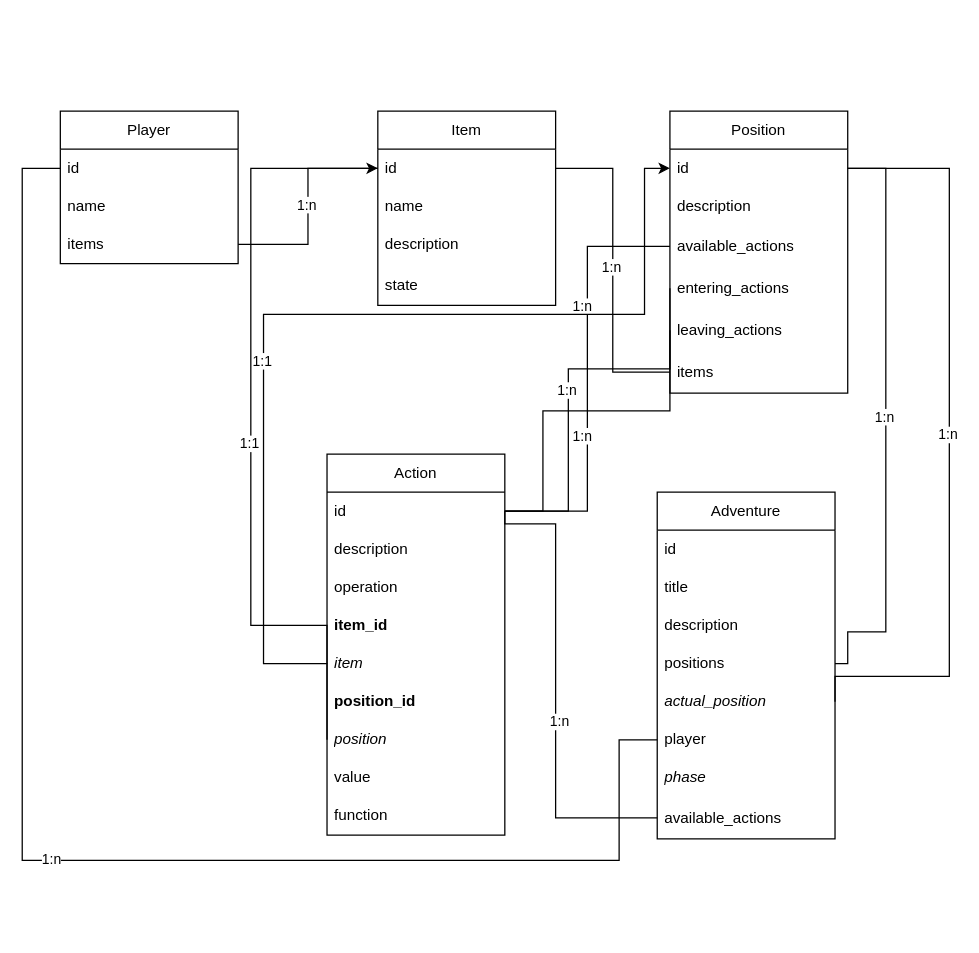
The draw.io diagram page "domain" (1 of 2) of docs/adventure_engine.drawio in iviczl/adventure, before the edit. Source tidied: cells renumbered, new cells numbered last; positions are measured from the earlier drawing's top-left corner, leaving out a move shared by most shapes. Both pictures are drawn from the tidied source at 127%, with x=0, y=0 at pixel (22, 110).
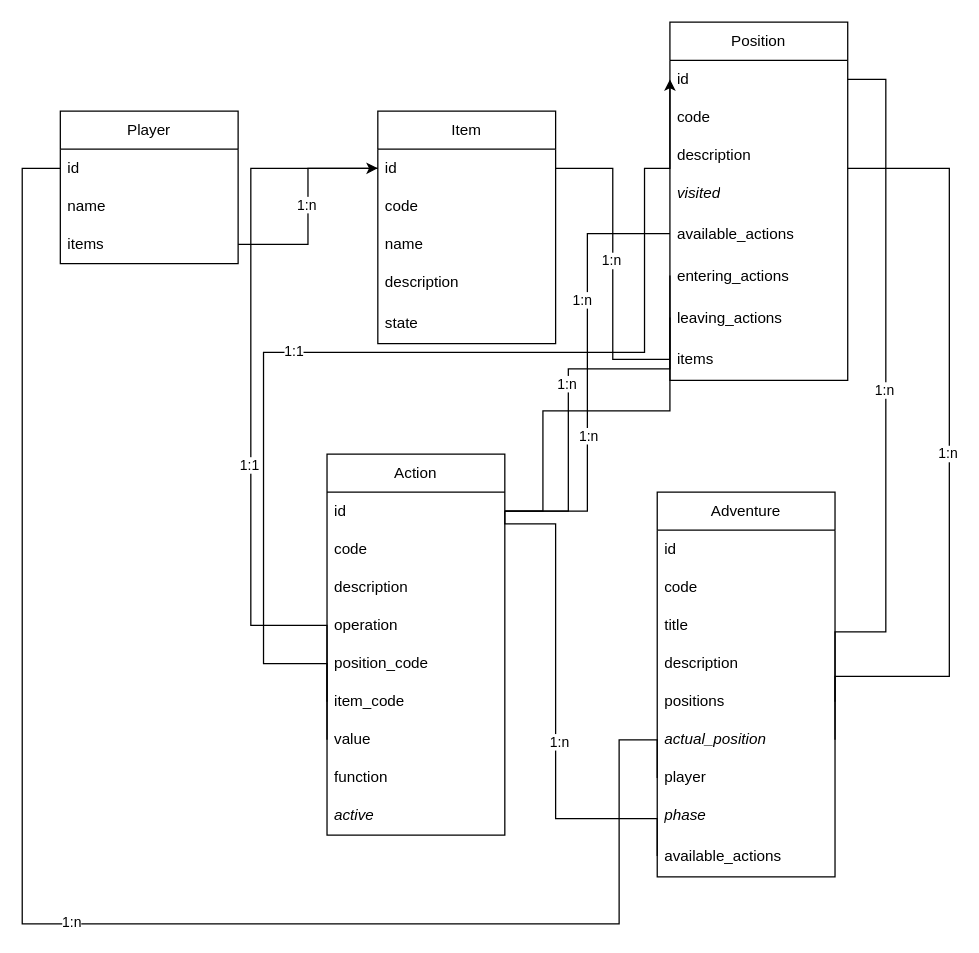
After the change.

The change refers to these unchanged cells:
```xml
<mxCell id="3" value="id" style="text;strokeColor=none;fillColor=none;align=left;verticalAlign=middle;spacingLeft=4;spacingRight=4;overflow=hidden;points=[[0,0.5],[1,0.5]];portConstraint=eastwest;whiteSpace=wrap;html=1;" parent="2" vertex="1">
  <mxGeometry y="30" width="140" height="30" as="geometry" />
</mxCell>
<mxCell id="7" value="id" style="text;strokeColor=none;fillColor=none;align=left;verticalAlign=middle;spacingLeft=4;spacingRight=4;overflow=hidden;points=[[0,0.5],[1,0.5]];portConstraint=eastwest;whiteSpace=wrap;html=1;" parent="6" vertex="1">
  <mxGeometry y="30" width="140" height="30" as="geometry" />
</mxCell>
<mxCell id="14" value="id" style="text;strokeColor=none;fillColor=none;align=left;verticalAlign=middle;spacingLeft=4;spacingRight=4;overflow=hidden;points=[[0,0.5],[1,0.5]];portConstraint=eastwest;whiteSpace=wrap;html=1;" parent="13" vertex="1">
  <mxGeometry y="30" width="140" height="30" as="geometry" />
</mxCell>
<mxCell id="22" value="Action" style="swimlane;fontStyle=0;horizontal=1;startSize=30;whiteSpace=wrap;html=1;" parent="1" vertex="1">
  <mxGeometry x="240" y="270" width="140" height="300" as="geometry" />
</mxCell>
```

Diff of the diagram source:
```diff
@@
     <mxCell id="6" value="Item" style="swimlane;fontStyle=0;horizontal=1;startSize=30;whiteSpace=wrap;html=1;" parent="1" vertex="1">
-      <mxGeometry x="280" width="140" height="153" as="geometry" />
+      <mxGeometry x="280" width="140" height="183" as="geometry" />
     </mxCell>
@@
+    <mxCell id="59" value="code" style="text;strokeColor=none;fillColor=none;align=left;verticalAlign=middle;spacingLeft=4;spacingRight=4;overflow=hidden;whiteSpace=wrap;html=1;" parent="6" vertex="1">
+      <mxGeometry y="60" width="140" height="30" as="geometry" />
+    </mxCell>
     <mxCell id="8" value="name" style="text;strokeColor=none;fillColor=none;align=left;verticalAlign=middle;spacingLeft=4;spacingRight=4;overflow=hidden;whiteSpace=wrap;html=1;" parent="6" vertex="1">
-      <mxGeometry y="60" width="140" height="30" as="geometry" />
+      <mxGeometry y="90" width="140" height="30" as="geometry" />
     </mxCell>
     <mxCell id="9" value="description" style="text;strokeColor=none;fillColor=none;align=left;verticalAlign=middle;spacingLeft=4;spacingRight=4;overflow=hidden;whiteSpace=wrap;html=1;" parent="6" vertex="1">
-      <mxGeometry y="90" width="140" height="30" as="geometry" />
+      <mxGeometry y="120" width="140" height="30" as="geometry" />
     </mxCell>
     <mxCell id="10" value="state" style="text;strokeColor=none;fillColor=none;align=left;verticalAlign=middle;spacingLeft=4;spacingRight=4;overflow=hidden;whiteSpace=wrap;html=1;" parent="6" vertex="1">
-      <mxGeometry y="120" width="140" height="33" as="geometry" />
+      <mxGeometry y="150" width="140" height="33" as="geometry" />
     </mxCell>
@@
     <mxCell id="13" value="Position" style="swimlane;fontStyle=0;horizontal=1;startSize=30;whiteSpace=wrap;html=1;" parent="1" vertex="1">
-      <mxGeometry x="510" width="140" height="222" as="geometry" />
+      <mxGeometry x="510" y="-70" width="140" height="282" as="geometry" />
     </mxCell>
@@
+    <mxCell id="60" value="code" style="text;strokeColor=none;fillColor=none;align=left;verticalAlign=middle;spacingLeft=4;spacingRight=4;overflow=hidden;whiteSpace=wrap;html=1;" parent="13" vertex="1">
+      <mxGeometry y="60" width="140" height="30" as="geometry" />
+    </mxCell>
     <mxCell id="15" value="description" style="text;strokeColor=none;fillColor=none;align=left;verticalAlign=middle;spacingLeft=4;spacingRight=4;overflow=hidden;whiteSpace=wrap;html=1;" parent="13" vertex="1">
-      <mxGeometry y="60" width="140" height="30" as="geometry" />
+      <mxGeometry y="90" width="140" height="30" as="geometry" />
     </mxCell>
+    <mxCell id="61" value="visited" style="text;strokeColor=none;fillColor=none;align=left;verticalAlign=middle;spacingLeft=4;spacingRight=4;overflow=hidden;whiteSpace=wrap;html=1;fontStyle=2;" parent="13" vertex="1">
+      <mxGeometry y="120" width="140" height="30" as="geometry" />
+    </mxCell>
     <mxCell id="16" value="&lt;div style=&quot;background-color: rgb(255, 255, 255); line-height: 19px;&quot;&gt;&lt;div style=&quot;line-height: 19px;&quot;&gt;&lt;font face=&quot;Helvetica&quot;&gt;available_actions&lt;/font&gt;&lt;/div&gt;&lt;/div&gt;" style="text;strokeColor=none;fillColor=none;align=left;verticalAlign=middle;spacingLeft=4;spacingRight=4;overflow=hidden;points=[[0,0.5],[1,0.5]];portConstraint=eastwest;whiteSpace=wrap;html=1;" parent="13" vertex="1">
-      <mxGeometry y="90" width="140" height="33" as="geometry" />
+      <mxGeometry y="150" width="140" height="33" as="geometry" />
     </mxCell>
     <mxCell id="17" value="&lt;div style=&quot;background-color: rgb(255, 255, 255); line-height: 19px;&quot;&gt;&lt;div style=&quot;line-height: 19px;&quot;&gt;&lt;font face=&quot;Helvetica&quot;&gt;entering_actions&lt;/font&gt;&lt;/div&gt;&lt;/div&gt;" style="text;strokeColor=none;fillColor=none;align=left;verticalAlign=middle;spacingLeft=4;spacingRight=4;overflow=hidden;points=[[0,0.5],[1,0.5]];portConstraint=eastwest;whiteSpace=wrap;html=1;" parent="13" vertex="1">
-      <mxGeometry y="123" width="140" height="33" as="geometry" />
+      <mxGeometry y="183" width="140" height="33" as="geometry" />
     </mxCell>
     <mxCell id="18" value="&lt;div style=&quot;background-color: rgb(255, 255, 255); line-height: 19px;&quot;&gt;&lt;div style=&quot;line-height: 19px;&quot;&gt;&lt;font face=&quot;Helvetica&quot;&gt;leaving_actions&lt;/font&gt;&lt;/div&gt;&lt;/div&gt;" style="text;strokeColor=none;fillColor=none;align=left;verticalAlign=middle;spacingLeft=4;spacingRight=4;overflow=hidden;points=[[0,0.5],[1,0.5]];portConstraint=eastwest;whiteSpace=wrap;html=1;" parent="13" vertex="1">
-      <mxGeometry y="156" width="140" height="33" as="geometry" />
+      <mxGeometry y="216" width="140" height="33" as="geometry" />
     </mxCell>
     <mxCell id="19" value="&lt;div style=&quot;background-color: rgb(255, 255, 255); line-height: 19px;&quot;&gt;&lt;div style=&quot;line-height: 19px;&quot;&gt;&lt;font face=&quot;Helvetica&quot;&gt;items&lt;/font&gt;&lt;/div&gt;&lt;/div&gt;" style="text;strokeColor=none;fillColor=none;align=left;verticalAlign=middle;spacingLeft=4;spacingRight=4;overflow=hidden;points=[[0,0.5],[1,0.5]];portConstraint=eastwest;whiteSpace=wrap;html=1;" parent="13" vertex="1">
-      <mxGeometry y="189" width="140" height="33" as="geometry" />
+      <mxGeometry y="249" width="140" height="33" as="geometry" />
     </mxCell>
@@
+    <mxCell id="62" value="code" style="text;strokeColor=none;fillColor=none;align=left;verticalAlign=middle;spacingLeft=4;spacingRight=4;overflow=hidden;whiteSpace=wrap;html=1;" parent="22" vertex="1">
+      <mxGeometry y="60" width="140" height="30" as="geometry" />
+    </mxCell>
     <mxCell id="24" value="description" style="text;strokeColor=none;fillColor=none;align=left;verticalAlign=middle;spacingLeft=4;spacingRight=4;overflow=hidden;whiteSpace=wrap;html=1;" parent="22" vertex="1">
-      <mxGeometry y="60" width="140" height="30" as="geometry" />
+      <mxGeometry y="90" width="140" height="30" as="geometry" />
     </mxCell>
     <mxCell id="25" value="operation" style="text;strokeColor=none;fillColor=none;align=left;verticalAlign=middle;spacingLeft=4;spacingRight=4;overflow=hidden;whiteSpace=wrap;html=1;" parent="22" vertex="1">
-      <mxGeometry y="90" width="140" height="30" as="geometry" />
+      <mxGeometry y="120" width="140" height="30" as="geometry" />
     </mxCell>
+    <mxCell id="28" value="position_code" style="text;strokeColor=none;fillColor=none;align=left;verticalAlign=middle;spacingLeft=4;spacingRight=4;overflow=hidden;whiteSpace=wrap;html=1;fontStyle=0;" parent="22" vertex="1">
+      <mxGeometry y="150" width="140" height="30" as="geometry" />
+    </mxCell>
-    <mxCell id="26" value="item_id" style="text;strokeColor=none;fillColor=none;align=left;verticalAlign=middle;spacingLeft=4;spacingRight=4;overflow=hidden;whiteSpace=wrap;html=1;fontStyle=1;" parent="22" vertex="1">
-      <mxGeometry y="120" width="140" height="30" as="geometry" />
+    <mxCell id="26" value="item_code" style="text;strokeColor=none;fillColor=none;align=left;verticalAlign=middle;spacingLeft=4;spacingRight=4;overflow=hidden;whiteSpace=wrap;html=1;fontStyle=0;" parent="22" vertex="1">
+      <mxGeometry y="180" width="140" height="30" as="geometry" />
     </mxCell>
-    <mxCell id="27" value="item" style="text;strokeColor=none;fillColor=none;align=left;verticalAlign=middle;spacingLeft=4;spacingRight=4;overflow=hidden;points=[[0,0.5],[1,0.5]];portConstraint=eastwest;whiteSpace=wrap;html=1;fontStyle=2;" parent="22" vertex="1">
-      <mxGeometry y="150" width="140" height="30" as="geometry" />
-    </mxCell>
-    <mxCell id="28" value="position_id" style="text;strokeColor=none;fillColor=none;align=left;verticalAlign=middle;spacingLeft=4;spacingRight=4;overflow=hidden;whiteSpace=wrap;html=1;fontStyle=1;" parent="22" vertex="1">
-      <mxGeometry y="180" width="140" height="30" as="geometry" />
-    </mxCell>
-    <mxCell id="29" value="position" style="text;strokeColor=none;fillColor=none;align=left;verticalAlign=middle;spacingLeft=4;spacingRight=4;overflow=hidden;points=[[0,0.5],[1,0.5]];portConstraint=eastwest;whiteSpace=wrap;html=1;fontStyle=2;" parent="22" vertex="1">
-      <mxGeometry y="210" width="140" height="30" as="geometry" />
-    </mxCell>
     <mxCell id="30" value="value" style="text;strokeColor=none;fillColor=none;align=left;verticalAlign=middle;spacingLeft=4;spacingRight=4;overflow=hidden;whiteSpace=wrap;html=1;" parent="22" vertex="1">
-      <mxGeometry y="240" width="140" height="30" as="geometry" />
+      <mxGeometry y="210" width="140" height="30" as="geometry" />
     </mxCell>
     <mxCell id="31" value="function" style="text;strokeColor=none;fillColor=none;align=left;verticalAlign=middle;spacingLeft=4;spacingRight=4;overflow=hidden;whiteSpace=wrap;html=1;" parent="22" vertex="1">
-      <mxGeometry y="270" width="140" height="30" as="geometry" />
+      <mxGeometry y="240" width="140" height="30" as="geometry" />
     </mxCell>
+    <mxCell id="63" value="active" style="text;strokeColor=none;fillColor=none;align=left;verticalAlign=middle;spacingLeft=4;spacingRight=4;overflow=hidden;whiteSpace=wrap;html=1;fontStyle=2;" parent="22" vertex="1">
+      <mxGeometry y="270" width="140" height="30" as="geometry" />
+    </mxCell>
     <mxCell id="32" value="Adventure" style="swimlane;fontStyle=0;horizontal=1;startSize=30;whiteSpace=wrap;html=1;" parent="1" vertex="1">
-      <mxGeometry x="500" y="300" width="140" height="273" as="geometry" />
+      <mxGeometry x="500" y="300" width="140" height="303" as="geometry" />
     </mxCell>
@@
+    <mxCell id="64" value="code" style="text;strokeColor=none;fillColor=none;align=left;verticalAlign=middle;spacingLeft=4;spacingRight=4;overflow=hidden;whiteSpace=wrap;html=1;" parent="32" vertex="1">
+      <mxGeometry y="60" width="140" height="30" as="geometry" />
+    </mxCell>
     <mxCell id="34" value="title" style="text;strokeColor=none;fillColor=none;align=left;verticalAlign=middle;spacingLeft=4;spacingRight=4;overflow=hidden;whiteSpace=wrap;html=1;" parent="32" vertex="1">
-      <mxGeometry y="60" width="140" height="30" as="geometry" />
+      <mxGeometry y="90" width="140" height="30" as="geometry" />
     </mxCell>
     <mxCell id="35" value="description" style="text;strokeColor=none;fillColor=none;align=left;verticalAlign=middle;spacingLeft=4;spacingRight=4;overflow=hidden;whiteSpace=wrap;html=1;" parent="32" vertex="1">
-      <mxGeometry y="90" width="140" height="30" as="geometry" />
+      <mxGeometry y="120" width="140" height="30" as="geometry" />
     </mxCell>
     <mxCell id="36" value="positions" style="text;strokeColor=none;fillColor=none;align=left;verticalAlign=middle;spacingLeft=4;spacingRight=4;overflow=hidden;points=[[0,0.5],[1,0.5]];portConstraint=eastwest;whiteSpace=wrap;html=1;" parent="32" vertex="1">
-      <mxGeometry y="120" width="140" height="30" as="geometry" />
+      <mxGeometry y="150" width="140" height="30" as="geometry" />
     </mxCell>
     <mxCell id="37" value="actual_position" style="text;strokeColor=none;fillColor=none;align=left;verticalAlign=middle;spacingLeft=4;spacingRight=4;overflow=hidden;points=[[0,0.5],[1,0.5]];portConstraint=eastwest;whiteSpace=wrap;html=1;fontStyle=2;" parent="32" vertex="1">
-      <mxGeometry y="150" width="140" height="30" as="geometry" />
+      <mxGeometry y="180" width="140" height="30" as="geometry" />
     </mxCell>
     <mxCell id="38" value="player" style="text;strokeColor=none;fillColor=none;align=left;verticalAlign=middle;spacingLeft=4;spacingRight=4;overflow=hidden;points=[[0,0.5],[1,0.5]];portConstraint=eastwest;whiteSpace=wrap;html=1;" parent="32" vertex="1">
-      <mxGeometry y="180" width="140" height="30" as="geometry" />
+      <mxGeometry y="210" width="140" height="30" as="geometry" />
     </mxCell>
     <mxCell id="39" value="phase" style="text;strokeColor=none;fillColor=none;align=left;verticalAlign=middle;spacingLeft=4;spacingRight=4;overflow=hidden;whiteSpace=wrap;html=1;fontStyle=2;" parent="32" vertex="1">
-      <mxGeometry y="210" width="140" height="30" as="geometry" />
+      <mxGeometry y="240" width="140" height="30" as="geometry" />
     </mxCell>
     <mxCell id="40" value="&lt;div style=&quot;background-color: rgb(255, 255, 255); line-height: 19px;&quot;&gt;&lt;div style=&quot;line-height: 19px;&quot;&gt;&lt;font face=&quot;Helvetica&quot;&gt;available_actions&lt;/font&gt;&lt;/div&gt;&lt;/div&gt;" style="text;strokeColor=none;fillColor=none;align=left;verticalAlign=middle;spacingLeft=4;spacingRight=4;overflow=hidden;points=[[0,0.5],[1,0.5]];portConstraint=eastwest;whiteSpace=wrap;html=1;" parent="32" vertex="1">
-      <mxGeometry y="240" width="140" height="33" as="geometry" />
+      <mxGeometry y="270" width="140" height="33" as="geometry" />
     </mxCell>
@@
-    <mxCell id="49" style="edgeStyle=orthogonalEdgeStyle;rounded=0;jettySize=auto;html=1;entryX=0;entryY=0.5;entryDx=0;entryDy=0;exitX=0;exitY=0.5;exitDx=0;exitDy=0;" parent="1" edge="1" source="27" target="7">
+    <mxCell id="49" style="edgeStyle=orthogonalEdgeStyle;rounded=0;jettySize=auto;html=1;entryX=0;entryY=0.5;entryDx=0;entryDy=0;exitX=0;exitY=0.5;exitDx=0;exitDy=0;" parent="1" edge="1" target="7">
       <mxGeometry relative="1" as="geometry">
+        <mxPoint x="240" y="465" as="sourcePoint" />
         <Array as="points">
           <mxPoint x="180" y="405" />
           <mxPoint x="180" y="45" />
         </Array>
       </mxGeometry>
     </mxCell>
@@
-    <mxCell id="51" style="edgeStyle=orthogonalEdgeStyle;rounded=0;jettySize=auto;html=1;entryX=0;entryY=0.5;entryDx=0;entryDy=0;exitX=0;exitY=0.5;exitDx=0;exitDy=0;" parent="1" edge="1" source="29" target="14">
+    <mxCell id="51" style="edgeStyle=orthogonalEdgeStyle;rounded=0;jettySize=auto;html=1;entryX=0;entryY=0.5;entryDx=0;entryDy=0;exitX=0;exitY=0.5;exitDx=0;exitDy=0;" parent="1" edge="1" target="14">
       <mxGeometry relative="1" as="geometry">
+        <mxPoint x="240" y="495" as="sourcePoint" />
         <Array as="points">
+          <mxPoint x="240" y="435" />
           <mxPoint x="190" y="435" />
-          <mxPoint x="190" y="160" />
-          <mxPoint x="490" y="160" />
+          <mxPoint x="190" y="190" />
+          <mxPoint x="490" y="190" />
           <mxPoint x="490" y="45" />
         </Array>
       </mxGeometry>
     </mxCell>
@@
     <mxCell id="57" style="endArrow=none;html=1;rounded=0;exitX=0;exitY=0.5;exitDx=0;exitDy=0;entryX=0;entryY=0.5;entryDx=0;entryDy=0;edgeStyle=orthogonalEdgeStyle;" parent="1" edge="1" source="3" target="38">
       <mxGeometry relative="1" as="geometry">
         <Array as="points">
           <mxPoint y="45" />
-          <mxPoint y="590" />
-          <mxPoint x="470" y="590" />
+          <mxPoint y="640" />
+          <mxPoint x="470" y="640" />
           <mxPoint x="470" y="495" />
+          <mxPoint x="500" y="495" />
         </Array>
       </mxGeometry>
     </mxCell>
```
